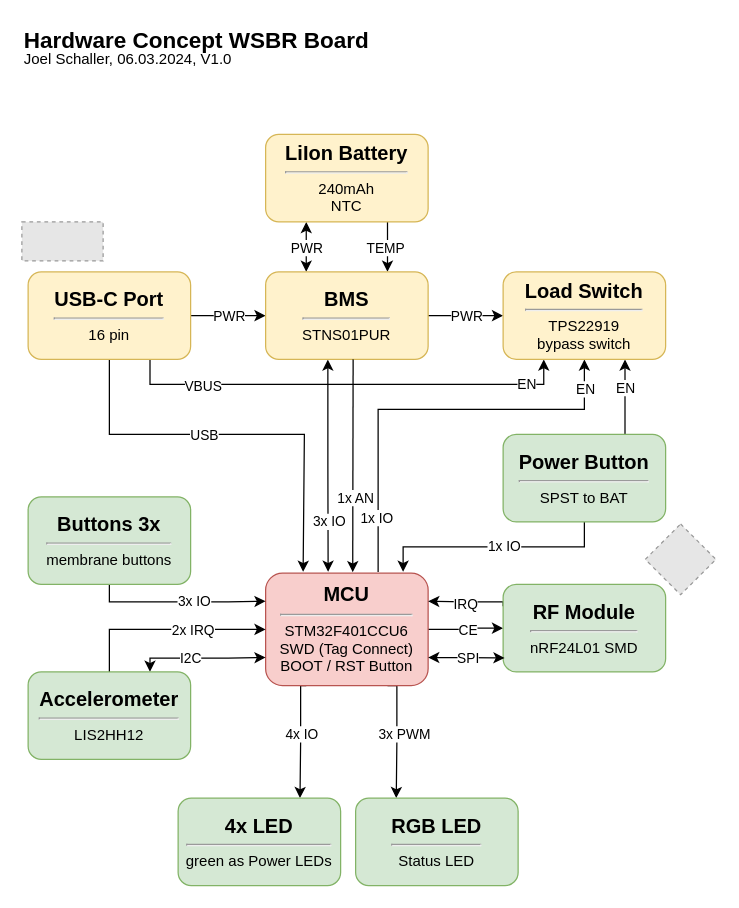
This is 2_Documentation/HW_Concept/HW_Concept_WSB_Remote.drawio from Jowllel/Wireless-ScoreBoard, a draw.io file, before an edit. Source tidied: cells renumbered, new cells numbered last; positions are measured from the earlier drawing's top-left corner, leaving out a move shared by most shapes. Both pictures are drawn from the tidied source at 125%, with x=0, y=0 at pixel (21, 21). Pictures stored in the file or linked from it are replaced by grey dashed boxes.
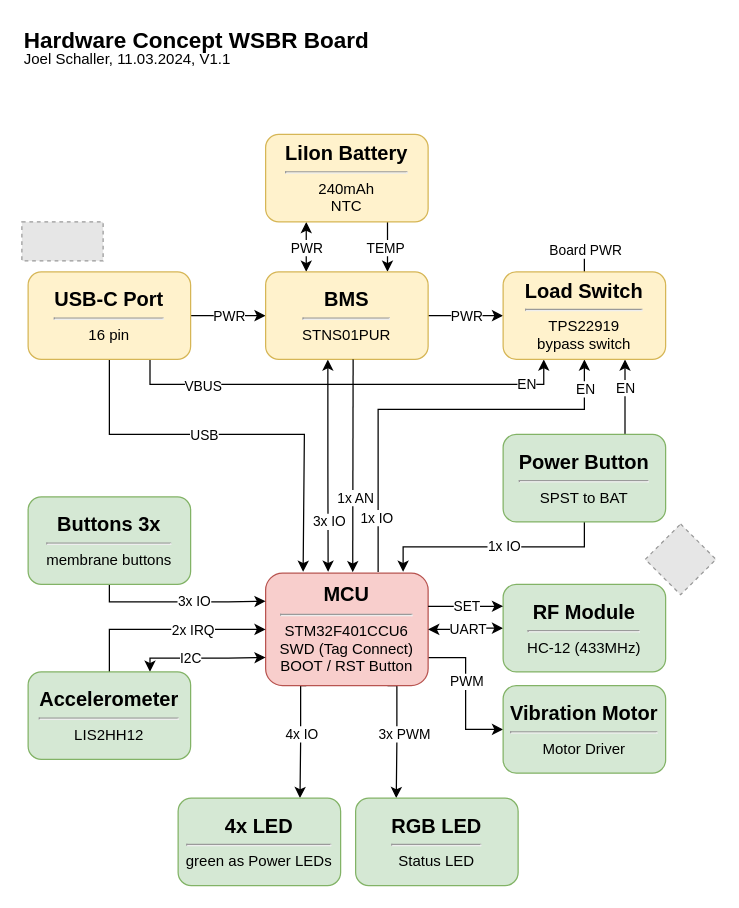
Above is the later version.

Commit message (it also covers changes not shown here):
Added HC-12 RF Module and Vibration motor.

Unchanged cells that the change refers to:
```xml
<mxCell id="13" value="&lt;font style=&quot;&quot;&gt;&lt;span style=&quot;font-size: 16px;&quot;&gt;&lt;b&gt;MCU&lt;/b&gt;&lt;/span&gt;&lt;br&gt;&lt;hr style=&quot;font-size: 10px;&quot;&gt;STM32F401CCU6&lt;br&gt;SWD (Tag Connect)&lt;br&gt;BOOT / RST Button&lt;br&gt;&lt;/font&gt;" style="rounded=1;whiteSpace=wrap;html=1;fillColor=#f8cecc;strokeColor=#b85450;" parent="1" vertex="1">
  <mxGeometry x="195" y="441" width="130" height="90" as="geometry" />
</mxCell>
<mxCell id="55" value="&lt;font style=&quot;&quot;&gt;&lt;span style=&quot;font-size: 16px;&quot;&gt;&lt;b&gt;Load Switch&lt;/b&gt;&lt;/span&gt;&lt;br&gt;&lt;hr style=&quot;font-size: 10px;&quot;&gt;TPS22919&lt;br&gt;bypass switch&lt;br&gt;&lt;/font&gt;" style="rounded=1;whiteSpace=wrap;html=1;fillColor=#fff2cc;strokeColor=#d6b656;" parent="1" vertex="1">
  <mxGeometry x="385" y="200" width="130" height="70" as="geometry" />
</mxCell>
```

Change to the diagram source:
```diff
@@
-    <mxCell id="3" value="&lt;font style=&quot;font-size: 12px;&quot;&gt;Joel Schaller, 06.03.2024, V1.0&lt;br&gt;&lt;/font&gt;" style="text;html=1;strokeColor=none;fillColor=none;align=left;verticalAlign=middle;whiteSpace=wrap;rounded=0;" parent="1" vertex="1">
+    <mxCell id="3" value="&lt;font style=&quot;font-size: 12px;&quot;&gt;Joel Schaller, 11.03.2024, V1.1&lt;br&gt;&lt;/font&gt;" style="text;html=1;strokeColor=none;fillColor=none;align=left;verticalAlign=middle;whiteSpace=wrap;rounded=0;" parent="1" vertex="1">
       <mxGeometry y="20" width="430" height="20" as="geometry" />
     </mxCell>
-    <mxCell id="4" style="edgeStyle=orthogonalEdgeStyle;rounded=0;jettySize=auto;html=1;exitX=1;exitY=0.5;exitDx=0;exitDy=0;entryX=0;entryY=0.5;entryDx=0;entryDy=0;" parent="1" edge="1" source="13" target="16">
-      <mxGeometry relative="1" as="geometry" />
-    </mxCell>
-    <mxCell id="5" value="CE" style="edgeLabel;html=1;align=center;verticalAlign=middle;" parent="4" vertex="1">
-      <mxGeometry x="-0.12" y="1" relative="1" as="geometry">
-        <mxPoint x="4" y="1" as="offset" />
-      </mxGeometry>
-    </mxCell>
@@
+    <mxCell id="59" style="edgeStyle=orthogonalEdgeStyle;rounded=0;jettySize=auto;html=1;exitX=1;exitY=0.75;exitDx=0;exitDy=0;entryX=0;entryY=0.5;entryDx=0;entryDy=0;" parent="1" edge="1" source="13" target="67">
+      <mxGeometry relative="1" as="geometry" />
+    </mxCell>
+    <mxCell id="60" value="PWM" style="edgeLabel;html=1;align=center;verticalAlign=middle;" parent="59" vertex="1">
+      <mxGeometry x="-0.16" relative="1" as="geometry" />
+    </mxCell>
@@
-    <mxCell id="14" style="edgeStyle=orthogonalEdgeStyle;rounded=0;jettySize=auto;html=1;exitX=0;exitY=0.25;exitDx=0;exitDy=0;entryX=1;entryY=0.25;entryDx=0;entryDy=0;" parent="1" edge="1" source="16" target="13">
-      <mxGeometry relative="1" as="geometry">
-        <Array as="points">
-          <mxPoint x="385" y="464" />
-          <mxPoint x="355" y="464" />
-        </Array>
-      </mxGeometry>
-    </mxCell>
-    <mxCell id="15" value="IRQ" style="edgeLabel;html=1;align=center;verticalAlign=middle;" parent="14" vertex="1">
-      <mxGeometry x="-0.09" y="1" relative="1" as="geometry">
-        <mxPoint x="-5" as="offset" />
-      </mxGeometry>
-    </mxCell>
+    <mxCell id="61" style="edgeStyle=orthogonalEdgeStyle;rounded=0;jettySize=auto;html=1;exitX=0;exitY=0.5;exitDx=0;exitDy=0;entryX=1;entryY=0.5;entryDx=0;entryDy=0;startArrow=classic;startFill=1;" parent="1" edge="1" source="16" target="13">
+      <mxGeometry relative="1" as="geometry" />
+    </mxCell>
+    <mxCell id="62" value="UART" style="edgeLabel;html=1;align=center;verticalAlign=middle;" parent="61" vertex="1">
+      <mxGeometry x="-0.1" y="-1" relative="1" as="geometry">
+        <mxPoint x="-2" y="1" as="offset" />
+      </mxGeometry>
+    </mxCell>
-    <mxCell id="16" value="&lt;font style=&quot;&quot;&gt;&lt;span style=&quot;font-size: 16px;&quot;&gt;&lt;b&gt;RF Module&lt;/b&gt;&lt;/span&gt;&lt;br&gt;&lt;hr style=&quot;font-size: 10px;&quot;&gt;nRF24L01 SMD&lt;br&gt;&lt;/font&gt;" style="rounded=1;whiteSpace=wrap;html=1;fillColor=#d5e8d4;strokeColor=#82b366;" parent="1" vertex="1">
+    <mxCell id="16" value="&lt;font style=&quot;&quot;&gt;&lt;span style=&quot;font-size: 16px;&quot;&gt;&lt;b&gt;RF Module&lt;/b&gt;&lt;/span&gt;&lt;br&gt;&lt;hr style=&quot;font-size: 10px;&quot;&gt;HC-12 (433MHz)&lt;br&gt;&lt;/font&gt;" style="rounded=1;whiteSpace=wrap;html=1;fillColor=#d5e8d4;strokeColor=#82b366;" parent="1" vertex="1">
       <mxGeometry x="385" y="450" width="130" height="70" as="geometry" />
     </mxCell>
@@
-    <mxCell id="37" style="edgeStyle=orthogonalEdgeStyle;rounded=0;jettySize=auto;html=1;exitX=1;exitY=0.75;exitDx=0;exitDy=0;entryX=0.009;entryY=0.84;entryDx=0;entryDy=0;entryPerimeter=0;startArrow=classic;startFill=1;" parent="1" edge="1" source="13" target="16">
-      <mxGeometry relative="1" as="geometry" />
-    </mxCell>
-    <mxCell id="38" value="SPI" style="edgeLabel;html=1;align=center;verticalAlign=middle;" parent="37" vertex="1">
-      <mxGeometry x="-0.07" relative="1" as="geometry">
-        <mxPoint x="2" as="offset" />
-      </mxGeometry>
-    </mxCell>
@@
+    <mxCell id="63" style="edgeStyle=orthogonalEdgeStyle;rounded=0;jettySize=auto;html=1;exitX=0.5;exitY=0;exitDx=0;exitDy=0;endArrow=none;endFill=0;" parent="1" edge="1" source="55">
+      <mxGeometry relative="1" as="geometry">
+        <mxPoint x="450" y="180" as="targetPoint" />
+      </mxGeometry>
+    </mxCell>
+    <mxCell id="64" value="Board PWR" style="edgeLabel;html=1;align=center;verticalAlign=middle;" parent="63" vertex="1">
+      <mxGeometry x="0.81" relative="1" as="geometry" />
+    </mxCell>
@@
+    <mxCell id="65" style="edgeStyle=orthogonalEdgeStyle;rounded=0;jettySize=auto;html=1;exitX=0;exitY=0.25;exitDx=0;exitDy=0;entryX=1;entryY=0.295;entryDx=0;entryDy=0;entryPerimeter=0;startArrow=classic;startFill=1;endArrow=none;endFill=0;" parent="1" edge="1" source="16" target="13">
+      <mxGeometry relative="1" as="geometry" />
+    </mxCell>
+    <mxCell id="66" value="SET" style="edgeLabel;html=1;align=center;verticalAlign=middle;" parent="65" vertex="1">
+      <mxGeometry x="0.01" relative="1" as="geometry" />
+    </mxCell>
+    <mxCell id="67" value="&lt;font style=&quot;&quot;&gt;&lt;span style=&quot;font-size: 16px;&quot;&gt;&lt;b&gt;Vibration Motor&lt;/b&gt;&lt;/span&gt;&lt;br&gt;&lt;hr style=&quot;font-size: 10px;&quot;&gt;Motor Driver&lt;/font&gt;" style="rounded=1;whiteSpace=wrap;html=1;fillColor=#d5e8d4;strokeColor=#82b366;" parent="1" vertex="1">
+      <mxGeometry x="385" y="531" width="130" height="70" as="geometry" />
+    </mxCell>
```
